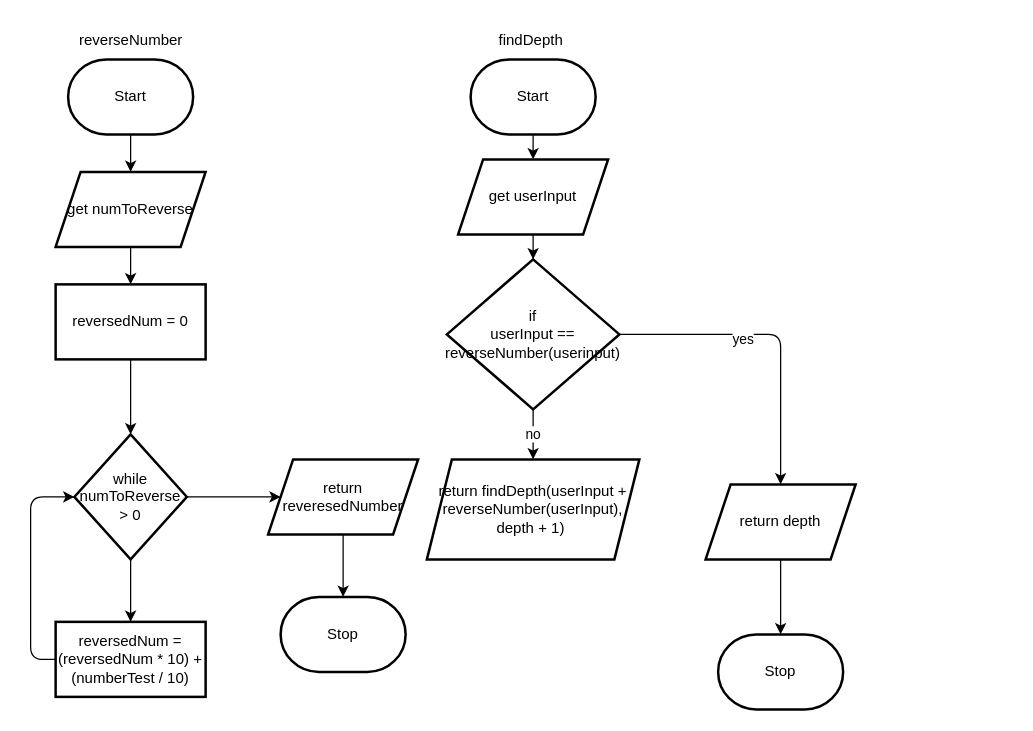
Before: Assignment4/flowchart.drawio in Flynn-Rundquist/ICS4U-Unit3, a draw.io diagram. Source tidied: cells renumbered, new cells numbered last; positions are measured from the earlier drawing's top-left corner, leaving out a move shared by most shapes. Both pictures are drawn from the tidied source at 125%, with x=0, y=0 at pixel (30, 21).
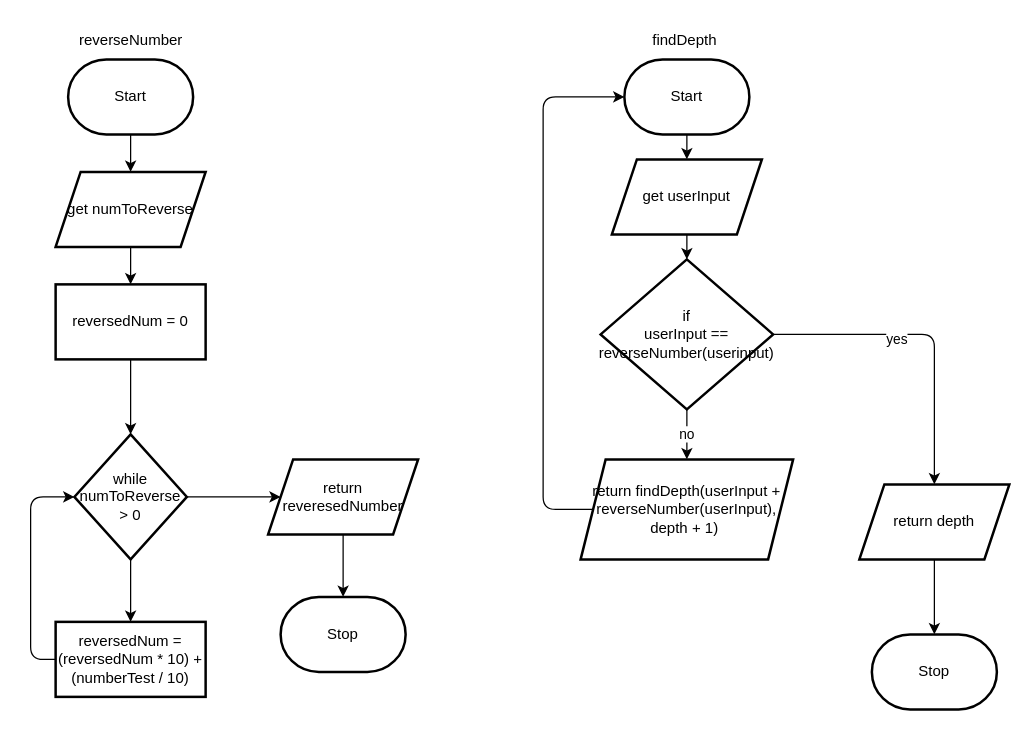
After the change.

Commit message (it also covers changes not shown here):
java working (deleted main and restarted lol) + edited flowchart

What changed in the source:
```diff
@@
     <mxCell id="18" value="Start" style="strokeWidth=2;html=1;shape=mxgraph.flowchart.terminator;whiteSpace=wrap;" parent="1" vertex="1">
-      <mxGeometry x="352" y="30" width="100" height="60" as="geometry" />
+      <mxGeometry x="475" y="30" width="100" height="60" as="geometry" />
     </mxCell>
@@
     <mxCell id="20" value="get userInput" style="shape=parallelogram;perimeter=parallelogramPerimeter;whiteSpace=wrap;html=1;fixedSize=1;strokeWidth=2;" parent="1" vertex="1">
-      <mxGeometry x="342" y="110" width="120" height="60" as="geometry" />
+      <mxGeometry x="465" y="110" width="120" height="60" as="geometry" />
     </mxCell>
     <mxCell id="21" style="edgeStyle=none;html=1;" parent="1" edge="1" source="24" target="26">
       <mxGeometry relative="1" as="geometry">
         <Array as="points">
-          <mxPoint x="600" y="250" />
+          <mxPoint x="723" y="250" />
         </Array>
       </mxGeometry>
     </mxCell>
@@
     <mxCell id="24" value="if&lt;br&gt;userInput == reverseNumber(userinput)" style="rhombus;whiteSpace=wrap;html=1;strokeWidth=2;" parent="1" vertex="1">
-      <mxGeometry x="333" y="190" width="138" height="120" as="geometry" />
+      <mxGeometry x="456" y="190" width="138" height="120" as="geometry" />
     </mxCell>
@@
     <mxCell id="26" value="return depth" style="shape=parallelogram;perimeter=parallelogramPerimeter;whiteSpace=wrap;html=1;fixedSize=1;strokeWidth=2;" parent="1" vertex="1">
-      <mxGeometry x="540" y="370" width="120" height="60" as="geometry" />
+      <mxGeometry x="663" y="370" width="120" height="60" as="geometry" />
     </mxCell>
+    <mxCell id="30" style="edgeStyle=none;html=1;entryX=0;entryY=0.5;entryDx=0;entryDy=0;entryPerimeter=0;" parent="1" edge="1" source="27" target="18">
+      <mxGeometry relative="1" as="geometry">
+        <Array as="points">
+          <mxPoint x="410" y="390" />
+          <mxPoint x="410" y="60" />
+        </Array>
+      </mxGeometry>
+    </mxCell>
     <mxCell id="27" value="return findDepth(userInput + reverseNumber(userInput), depth + 1)&amp;nbsp;" style="shape=parallelogram;perimeter=parallelogramPerimeter;whiteSpace=wrap;html=1;fixedSize=1;strokeWidth=2;" parent="1" vertex="1">
-      <mxGeometry x="317" y="350" width="170" height="80" as="geometry" />
+      <mxGeometry x="440" y="350" width="170" height="80" as="geometry" />
     </mxCell>
     <mxCell id="28" value="Stop" style="strokeWidth=2;html=1;shape=mxgraph.flowchart.terminator;whiteSpace=wrap;" parent="1" vertex="1">
-      <mxGeometry x="550" y="490" width="100" height="60" as="geometry" />
+      <mxGeometry x="673" y="490" width="100" height="60" as="geometry" />
     </mxCell>
     <mxCell id="29" value="findDepth" style="text;html=1;align=center;verticalAlign=middle;strokeColor=none;fillColor=none;" parent="1" vertex="1">
-      <mxGeometry x="365" width="70" height="30" as="geometry" />
+      <mxGeometry x="488" width="70" height="30" as="geometry" />
     </mxCell>
```
